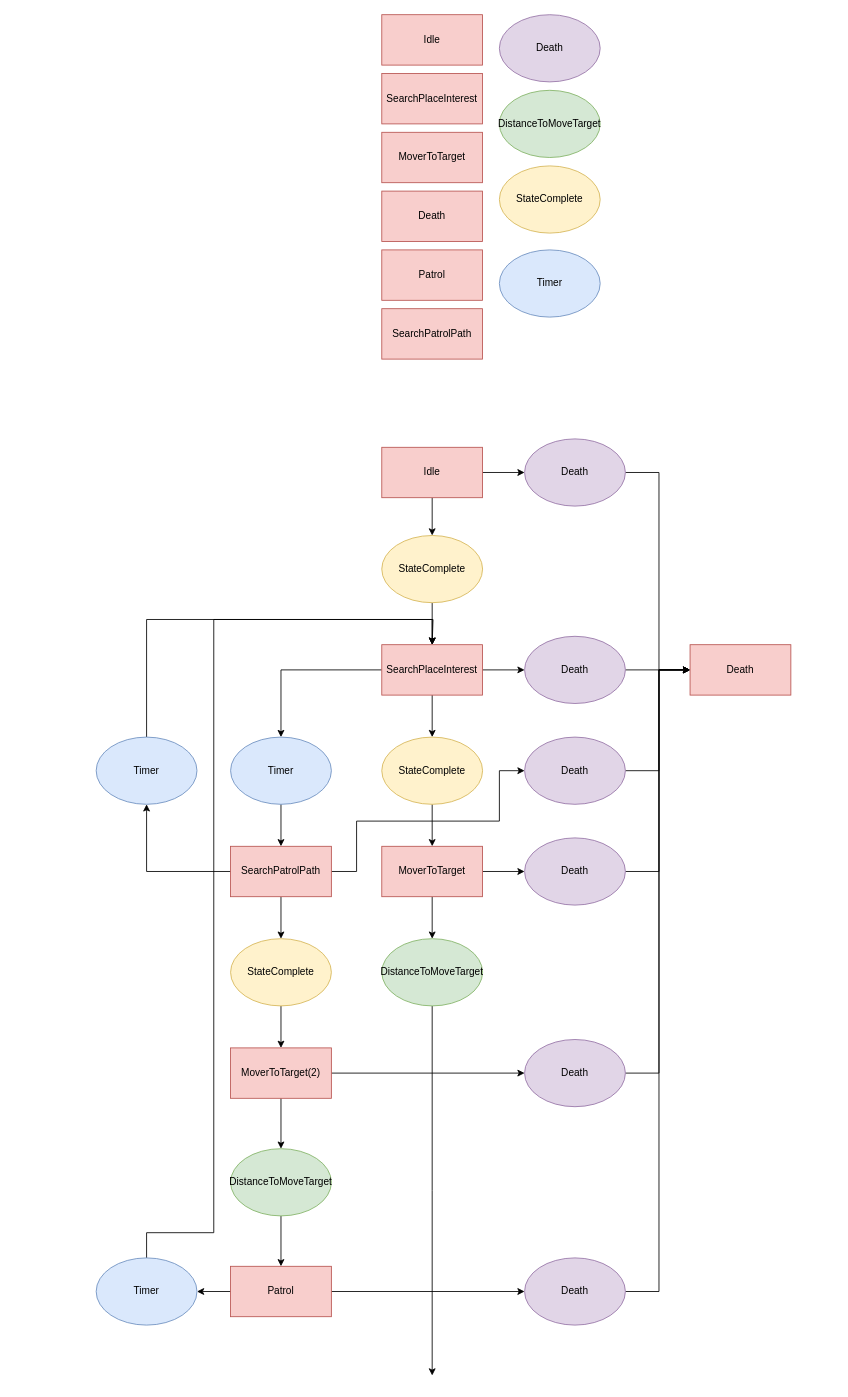
Before: Assets/Prefabs/StateMachine/StateMachine.drawio in PraxRen/VirusSpaceMan, a draw.io diagram. Source tidied: cells renumbered, new cells numbered last; positions are measured from the earlier drawing's top-left corner, leaving out a move shared by most shapes. Both pictures are drawn from the tidied source at 84%, with x=0, y=0 at pixel (96, 14).
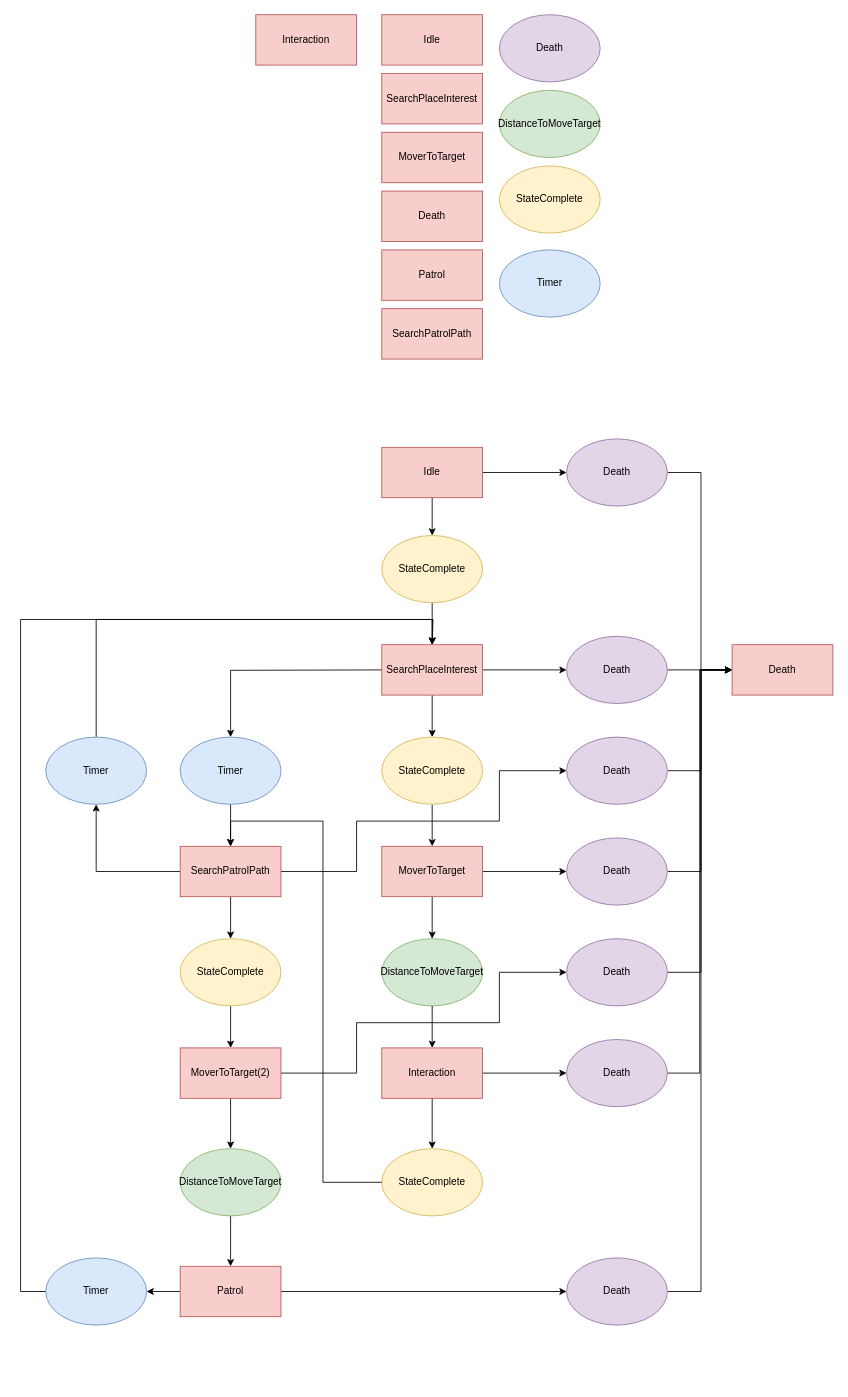
The same diagram, later.

The change refers to these unchanged cells:
```xml
<mxCell id="23" value="SearchPlaceInterest" style="rounded=0;whiteSpace=wrap;html=1;fillColor=#f8cecc;strokeColor=#b85450;" parent="1" vertex="1">
  <mxGeometry x="340" y="750" width="120" height="60" as="geometry" />
</mxCell>
<mxCell id="53" value="DistanceToMoveTarget" style="ellipse;whiteSpace=wrap;html=1;fillColor=#d5e8d4;strokeColor=#82b366;" parent="1" vertex="1">
  <mxGeometry x="340" y="1100" width="120" height="80" as="geometry" />
</mxCell>
```

Change to the diagram source:
```diff
@@
     <mxCell id="15" style="edgeStyle=orthogonalEdgeStyle;rounded=0;jettySize=auto;html=1;exitX=1;exitY=0.5;exitDx=0;exitDy=0;" parent="1" edge="1" source="16" target="17">
       <mxGeometry relative="1" as="geometry">
         <Array as="points">
-          <mxPoint x="670" y="545" />
-          <mxPoint x="670" y="780" />
+          <mxPoint x="720" y="545" />
+          <mxPoint x="720" y="780" />
         </Array>
       </mxGeometry>
     </mxCell>
     <mxCell id="16" value="Death" style="ellipse;whiteSpace=wrap;html=1;fillColor=#e1d5e7;strokeColor=#9673a6;" parent="1" vertex="1">
-      <mxGeometry x="510" y="505" width="120" height="80" as="geometry" />
+      <mxGeometry x="560" y="505" width="120" height="80" as="geometry" />
     </mxCell>
     <mxCell id="17" value="Death" style="rounded=0;whiteSpace=wrap;html=1;fillColor=#f8cecc;strokeColor=#b85450;" parent="1" vertex="1">
-      <mxGeometry x="707" y="750" width="120" height="60" as="geometry" />
+      <mxGeometry x="757" y="750" width="120" height="60" as="geometry" />
     </mxCell>
@@
-    <mxCell id="22" style="edgeStyle=orthogonalEdgeStyle;rounded=0;jettySize=auto;html=1;entryX=0.5;entryY=0;entryDx=0;entryDy=0;" parent="1" edge="1" source="23" target="38">
-      <mxGeometry relative="1" as="geometry" />
+    <mxCell id="22" style="edgeStyle=orthogonalEdgeStyle;rounded=0;jettySize=auto;html=1;entryX=0.5;entryY=0;entryDx=0;entryDy=0;" parent="1" edge="1" target="38">
+      <mxGeometry relative="1" as="geometry">
+        <mxPoint x="350" y="780" as="sourcePoint" />
+      </mxGeometry>
     </mxCell>
@@
     <mxCell id="25" value="Death" style="ellipse;whiteSpace=wrap;html=1;fillColor=#e1d5e7;strokeColor=#9673a6;" parent="1" vertex="1">
-      <mxGeometry x="510" y="740" width="120" height="80" as="geometry" />
+      <mxGeometry x="560" y="740" width="120" height="80" as="geometry" />
     </mxCell>
@@
     <mxCell id="31" style="edgeStyle=orthogonalEdgeStyle;rounded=0;jettySize=auto;html=1;entryX=0;entryY=0.5;entryDx=0;entryDy=0;" parent="1" edge="1" source="32" target="17">
       <mxGeometry relative="1" as="geometry">
         <Array as="points">
-          <mxPoint x="670" y="1020" />
-          <mxPoint x="670" y="780" />
+          <mxPoint x="720" y="1020" />
+          <mxPoint x="720" y="780" />
         </Array>
       </mxGeometry>
     </mxCell>
     <mxCell id="32" value="Death" style="ellipse;whiteSpace=wrap;html=1;fillColor=#e1d5e7;strokeColor=#9673a6;" parent="1" vertex="1">
-      <mxGeometry x="510" y="980" width="120" height="80" as="geometry" />
+      <mxGeometry x="560" y="980" width="120" height="80" as="geometry" />
     </mxCell>
@@
     <mxCell id="36" value="SearchPatrolPath" style="rounded=0;whiteSpace=wrap;html=1;fillColor=#f8cecc;strokeColor=#b85450;" parent="1" vertex="1">
-      <mxGeometry x="160" y="990" width="120" height="60" as="geometry" />
+      <mxGeometry x="100" y="990" width="120" height="60" as="geometry" />
     </mxCell>
@@
     <mxCell id="38" value="&lt;div&gt;&lt;span style=&quot;background-color: initial;&quot;&gt;Timer&lt;/span&gt;&lt;/div&gt;" style="ellipse;whiteSpace=wrap;html=1;fillColor=#dae8fc;strokeColor=#6c8ebf;" parent="1" vertex="1">
-      <mxGeometry x="160" y="860" width="120" height="80" as="geometry" />
+      <mxGeometry x="100" y="860" width="120" height="80" as="geometry" />
     </mxCell>
     <mxCell id="39" style="edgeStyle=orthogonalEdgeStyle;rounded=0;jettySize=auto;html=1;" parent="1" edge="1" source="40" target="17">
       <mxGeometry relative="1" as="geometry">
         <Array as="points">
-          <mxPoint x="670" y="900" />
-          <mxPoint x="670" y="780" />
+          <mxPoint x="720" y="900" />
+          <mxPoint x="720" y="780" />
         </Array>
       </mxGeometry>
     </mxCell>
     <mxCell id="40" value="Death" style="ellipse;whiteSpace=wrap;html=1;fillColor=#e1d5e7;strokeColor=#9673a6;" parent="1" vertex="1">
-      <mxGeometry x="510" y="860" width="120" height="80" as="geometry" />
+      <mxGeometry x="560" y="860" width="120" height="80" as="geometry" />
     </mxCell>
@@
     <mxCell id="42" value="StateComplete" style="ellipse;whiteSpace=wrap;html=1;fillColor=#fff2cc;strokeColor=#d6b656;" parent="1" vertex="1">
-      <mxGeometry x="160" y="1100" width="120" height="80" as="geometry" />
+      <mxGeometry x="100" y="1100" width="120" height="80" as="geometry" />
     </mxCell>
     <mxCell id="43" style="edgeStyle=orthogonalEdgeStyle;rounded=0;jettySize=auto;html=1;entryX=0.5;entryY=0;entryDx=0;entryDy=0;" parent="1" edge="1" source="44" target="23">
       <mxGeometry relative="1" as="geometry">
         <Array as="points">
-          <mxPoint x="60" y="720" />
+          <mxPoint y="720" />
           <mxPoint x="401" y="720" />
+          <mxPoint x="401" y="750" />
         </Array>
       </mxGeometry>
     </mxCell>
     <mxCell id="44" value="&lt;div&gt;&lt;span style=&quot;background-color: initial;&quot;&gt;Timer&lt;/span&gt;&lt;/div&gt;" style="ellipse;whiteSpace=wrap;html=1;fillColor=#dae8fc;strokeColor=#6c8ebf;" parent="1" vertex="1">
-      <mxGeometry y="860" width="120" height="80" as="geometry" />
+      <mxGeometry x="-60" y="860" width="120" height="80" as="geometry" />
     </mxCell>
@@
     <mxCell id="47" value="Patrol" style="rounded=0;whiteSpace=wrap;html=1;fillColor=#f8cecc;strokeColor=#b85450;" parent="1" vertex="1">
-      <mxGeometry x="160" y="1490" width="120" height="60" as="geometry" />
+      <mxGeometry x="100" y="1490" width="120" height="60" as="geometry" />
     </mxCell>
     <mxCell id="48" style="edgeStyle=orthogonalEdgeStyle;rounded=0;jettySize=auto;html=1;entryX=0;entryY=0.5;entryDx=0;entryDy=0;" parent="1" edge="1" source="49" target="17">
       <mxGeometry relative="1" as="geometry">
         <Array as="points">
-          <mxPoint x="670" y="1520" />
-          <mxPoint x="670" y="780" />
+          <mxPoint x="720" y="1520" />
+          <mxPoint x="720" y="780" />
         </Array>
       </mxGeometry>
     </mxCell>
     <mxCell id="49" value="Death" style="ellipse;whiteSpace=wrap;html=1;fillColor=#e1d5e7;strokeColor=#9673a6;" parent="1" vertex="1">
-      <mxGeometry x="510" y="1480" width="120" height="80" as="geometry" />
+      <mxGeometry x="560" y="1480" width="120" height="80" as="geometry" />
     </mxCell>
     <mxCell id="50" style="edgeStyle=orthogonalEdgeStyle;rounded=0;jettySize=auto;html=1;" parent="1" edge="1" source="51" target="23">
       <mxGeometry relative="1" as="geometry">
         <Array as="points">
-          <mxPoint x="60" y="1450" />
-          <mxPoint x="140" y="1450" />
-          <mxPoint x="140" y="720" />
+          <mxPoint x="-90" y="1520" />
+          <mxPoint x="-90" y="720" />
           <mxPoint x="400" y="720" />
         </Array>
       </mxGeometry>
     </mxCell>
     <mxCell id="51" value="&lt;div&gt;&lt;span style=&quot;background-color: initial;&quot;&gt;Timer&lt;/span&gt;&lt;/div&gt;" style="ellipse;whiteSpace=wrap;html=1;fillColor=#dae8fc;strokeColor=#6c8ebf;" parent="1" vertex="1">
-      <mxGeometry y="1480" width="120" height="80" as="geometry" />
+      <mxGeometry x="-60" y="1480" width="120" height="80" as="geometry" />
     </mxCell>
-    <mxCell id="52" style="edgeStyle=orthogonalEdgeStyle;rounded=0;jettySize=auto;html=1;" parent="1" edge="1" source="53">
-      <mxGeometry relative="1" as="geometry">
-        <mxPoint x="400" y="1620" as="targetPoint" />
-      </mxGeometry>
-    </mxCell>
@@
     <mxCell id="55" style="edgeStyle=orthogonalEdgeStyle;rounded=0;jettySize=auto;html=1;exitX=1;exitY=0.5;exitDx=0;exitDy=0;" parent="1" edge="1" source="56" target="60">
-      <mxGeometry relative="1" as="geometry" />
+      <mxGeometry relative="1" as="geometry">
+        <Array as="points">
+          <mxPoint x="310" y="1260" />
+          <mxPoint x="310" y="1200" />
+          <mxPoint x="480" y="1200" />
+          <mxPoint x="480" y="1140" />
+        </Array>
+      </mxGeometry>
     </mxCell>
     <mxCell id="56" value="MoverToTarget(2)" style="rounded=0;whiteSpace=wrap;html=1;fillColor=#f8cecc;strokeColor=#b85450;" parent="1" vertex="1">
-      <mxGeometry x="160" y="1230" width="120" height="60" as="geometry" />
+      <mxGeometry x="100" y="1230" width="120" height="60" as="geometry" />
     </mxCell>
@@
     <mxCell id="58" value="DistanceToMoveTarget" style="ellipse;whiteSpace=wrap;html=1;fillColor=#d5e8d4;strokeColor=#82b366;" parent="1" vertex="1">
-      <mxGeometry x="160" y="1350" width="120" height="80" as="geometry" />
+      <mxGeometry x="100" y="1350" width="120" height="80" as="geometry" />
     </mxCell>
     <mxCell id="59" style="edgeStyle=orthogonalEdgeStyle;rounded=0;jettySize=auto;html=1;" parent="1" edge="1" source="60" target="17">
       <mxGeometry relative="1" as="geometry">
         <Array as="points">
-          <mxPoint x="670" y="1260" />
-          <mxPoint x="670" y="780" />
+          <mxPoint x="720" y="1140" />
+          <mxPoint x="720" y="780" />
         </Array>
       </mxGeometry>
     </mxCell>
     <mxCell id="60" value="Death" style="ellipse;whiteSpace=wrap;html=1;fillColor=#e1d5e7;strokeColor=#9673a6;" parent="1" vertex="1">
-      <mxGeometry x="510" y="1220" width="120" height="80" as="geometry" />
+      <mxGeometry x="560" y="1100" width="120" height="80" as="geometry" />
     </mxCell>
+    <mxCell id="61" value="Interaction" style="rounded=0;whiteSpace=wrap;html=1;fillColor=#f8cecc;strokeColor=#b85450;" parent="1" vertex="1">
+      <mxGeometry x="190" width="120" height="60" as="geometry" />
+    </mxCell>
+    <mxCell id="62" style="edgeStyle=orthogonalEdgeStyle;rounded=0;jettySize=auto;html=1;" parent="1" edge="1" source="53" target="65">
+      <mxGeometry relative="1" as="geometry" />
+    </mxCell>
+    <mxCell id="63" style="edgeStyle=orthogonalEdgeStyle;rounded=0;jettySize=auto;html=1;" parent="1" edge="1" source="65" target="67">
+      <mxGeometry relative="1" as="geometry" />
+    </mxCell>
+    <mxCell id="64" style="edgeStyle=orthogonalEdgeStyle;rounded=0;jettySize=auto;html=1;" parent="1" edge="1" source="65" target="68">
+      <mxGeometry relative="1" as="geometry" />
+    </mxCell>
+    <mxCell id="65" value="Interaction" style="rounded=0;whiteSpace=wrap;html=1;fillColor=#f8cecc;strokeColor=#b85450;" parent="1" vertex="1">
+      <mxGeometry x="340" y="1230" width="120" height="60" as="geometry" />
+    </mxCell>
+    <mxCell id="66" style="edgeStyle=orthogonalEdgeStyle;rounded=0;jettySize=auto;html=1;entryX=0;entryY=0.5;entryDx=0;entryDy=0;" parent="1" edge="1" source="67" target="17">
+      <mxGeometry relative="1" as="geometry" />
+    </mxCell>
+    <mxCell id="67" value="Death" style="ellipse;whiteSpace=wrap;html=1;fillColor=#e1d5e7;strokeColor=#9673a6;" parent="1" vertex="1">
+      <mxGeometry x="560" y="1220" width="120" height="80" as="geometry" />
+    </mxCell>
+    <mxCell id="68" value="StateComplete" style="ellipse;whiteSpace=wrap;html=1;fillColor=#fff2cc;strokeColor=#d6b656;" parent="1" vertex="1">
+      <mxGeometry x="340" y="1350" width="120" height="80" as="geometry" />
+    </mxCell>
+    <mxCell id="69" style="edgeStyle=orthogonalEdgeStyle;rounded=0;jettySize=auto;html=1;entryX=0.5;entryY=0;entryDx=0;entryDy=0;" parent="1" edge="1" target="36">
+      <mxGeometry relative="1" as="geometry">
+        <mxPoint x="340" y="1390" as="sourcePoint" />
+        <Array as="points">
+          <mxPoint x="270" y="1390" />
+          <mxPoint x="270" y="960" />
+          <mxPoint x="160" y="960" />
+        </Array>
+      </mxGeometry>
+    </mxCell>
```
